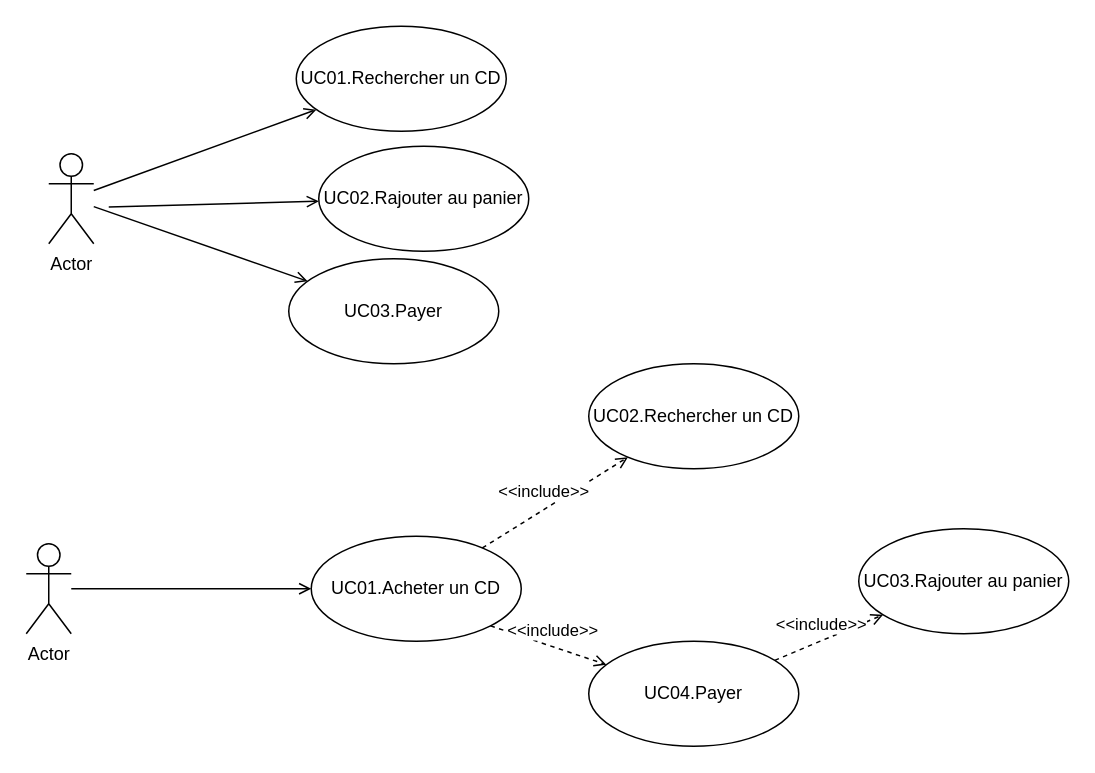
The draw.io diagram UseCases/Diagrammes et librairie de symbols/Cas de base vs pas de cas de base.drawio in choquitofrito/Int3-WAD-UML, before the edit. Source tidied: cells renumbered, new cells numbered last; positions are measured from the earlier drawing's top-left corner, leaving out a move shared by most shapes. Both pictures are drawn from the tidied source at 150%, with x=0, y=0 at pixel (26, 26).
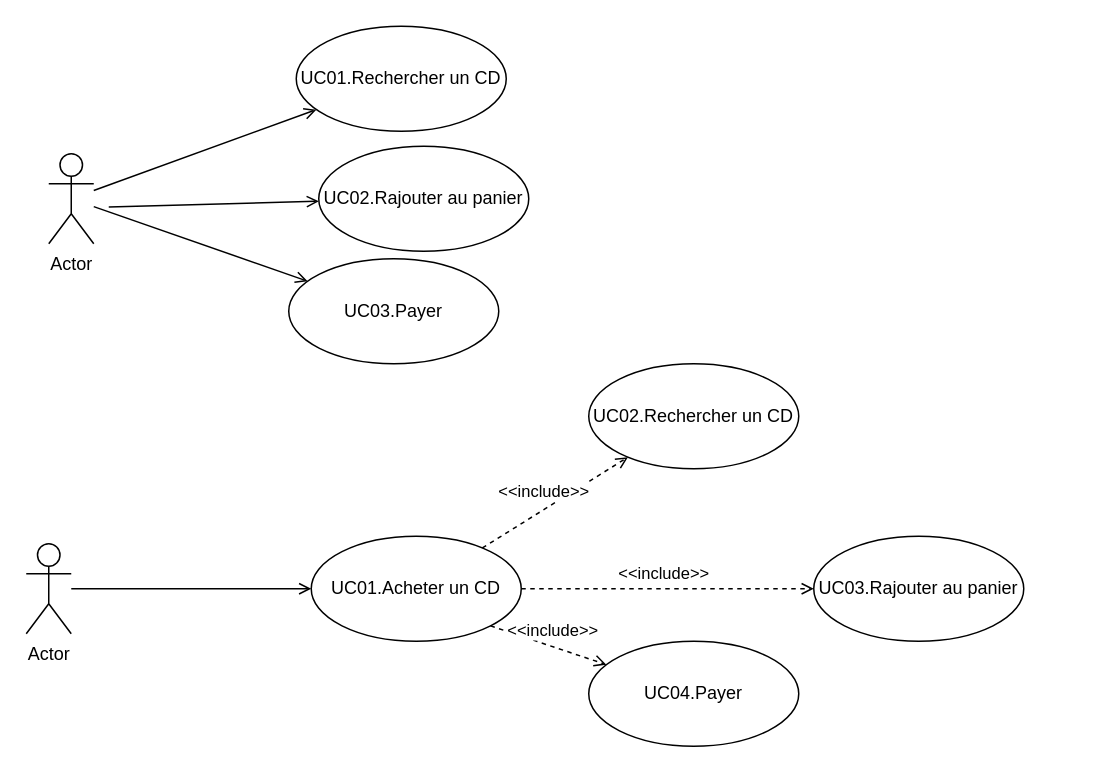
After the change.

The edit, as a diff of the source:
```diff
@@
 <mxGraphModel>
   <root>
     <mxCell id="0" />
     <mxCell id="1" parent="0" />
     <mxCell id="2" style="rounded=0;jettySize=auto;html=1;startArrow=none;startFill=0;endArrow=open;endFill=0;" parent="1" edge="1" source="3" target="4">
       <mxGeometry relative="1" as="geometry" />
     </mxCell>
     <mxCell id="3" value="Actor" style="shape=umlActor;verticalLabelPosition=bottom;verticalAlign=top;html=1;" parent="1" vertex="1">
       <mxGeometry y="345" width="30" height="60" as="geometry" />
     </mxCell>
     <mxCell id="4" value="UC01.Acheter un CD" style="ellipse;whiteSpace=wrap;html=1;" parent="1" vertex="1">
       <mxGeometry x="190" y="340" width="140" height="70" as="geometry" />
     </mxCell>
     <mxCell id="5" value="UC03.Rajouter au panier" style="ellipse;whiteSpace=wrap;html=1;" parent="1" vertex="1">
-      <mxGeometry x="555" y="335" width="140" height="70" as="geometry" />
+      <mxGeometry x="525" y="340" width="140" height="70" as="geometry" />
     </mxCell>
-    <mxCell id="6" value="&amp;lt;&amp;lt;include&amp;gt;&amp;gt;" style="endArrow=open;html=1;endFill=0;dashed=1;" parent="1" edge="1" source="9" target="5">
+    <mxCell id="6" value="&amp;lt;&amp;lt;include&amp;gt;&amp;gt;" style="endArrow=open;html=1;endFill=0;dashed=1;" parent="1" edge="1" source="4" target="5">
       <mxGeometry x="-0.03" y="10" relative="1" as="geometry" />
     </mxCell>
     <mxCell id="7" value="UC02.Rechercher un CD" style="ellipse;whiteSpace=wrap;html=1;" parent="1" vertex="1">
       <mxGeometry x="375" y="225" width="140" height="70" as="geometry" />
     </mxCell>
     <mxCell id="8" value="&amp;lt;&amp;lt;include&amp;gt;&amp;gt;" style="endArrow=open;html=1;endFill=0;dashed=1;" parent="1" edge="1" source="4" target="7">
       <mxGeometry x="-0.03" y="10" relative="1" as="geometry" />
     </mxCell>
     <mxCell id="9" value="UC04.Payer" style="ellipse;whiteSpace=wrap;html=1;" parent="1" vertex="1">
       <mxGeometry x="375" y="410" width="140" height="70" as="geometry" />
     </mxCell>
     <mxCell id="10" value="&amp;lt;&amp;lt;include&amp;gt;&amp;gt;" style="endArrow=open;html=1;endFill=0;dashed=1;exitX=1;exitY=1;exitDx=0;exitDy=0;" parent="1" edge="1" source="4" target="9">
       <mxGeometry x="-0.03" y="10" relative="1" as="geometry" />
     </mxCell>
     <mxCell id="11" style="rounded=0;jettySize=auto;html=1;startArrow=none;startFill=0;endArrow=open;endFill=0;" parent="1" edge="1" source="12" target="14">
       <mxGeometry relative="1" as="geometry" />
     </mxCell>
     <mxCell id="12" value="Actor" style="shape=umlActor;verticalLabelPosition=bottom;verticalAlign=top;html=1;" parent="1" vertex="1">
       <mxGeometry x="15" y="85" width="30" height="60" as="geometry" />
     </mxCell>
     <mxCell id="13" value="UC02.Rajouter au panier" style="ellipse;whiteSpace=wrap;html=1;" parent="1" vertex="1">
       <mxGeometry x="195" y="80" width="140" height="70" as="geometry" />
     </mxCell>
     <mxCell id="14" value="UC01.Rechercher un CD" style="ellipse;whiteSpace=wrap;html=1;" parent="1" vertex="1">
       <mxGeometry x="180" width="140" height="70" as="geometry" />
     </mxCell>
     <mxCell id="15" value="UC03.Payer" style="ellipse;whiteSpace=wrap;html=1;" parent="1" vertex="1">
       <mxGeometry x="175" y="155" width="140" height="70" as="geometry" />
     </mxCell>
     <mxCell id="16" style="rounded=0;jettySize=auto;html=1;startArrow=none;startFill=0;endArrow=open;endFill=0;" parent="1" edge="1" target="13">
       <mxGeometry relative="1" as="geometry">
         <mxPoint x="55" y="120.5" as="sourcePoint" />
       </mxGeometry>
     </mxCell>
     <mxCell id="17" style="rounded=0;jettySize=auto;html=1;startArrow=none;startFill=0;endArrow=open;endFill=0;" parent="1" edge="1" source="12" target="15">
       <mxGeometry relative="1" as="geometry" />
     </mxCell>
   </root>
 </mxGraphModel>
```
